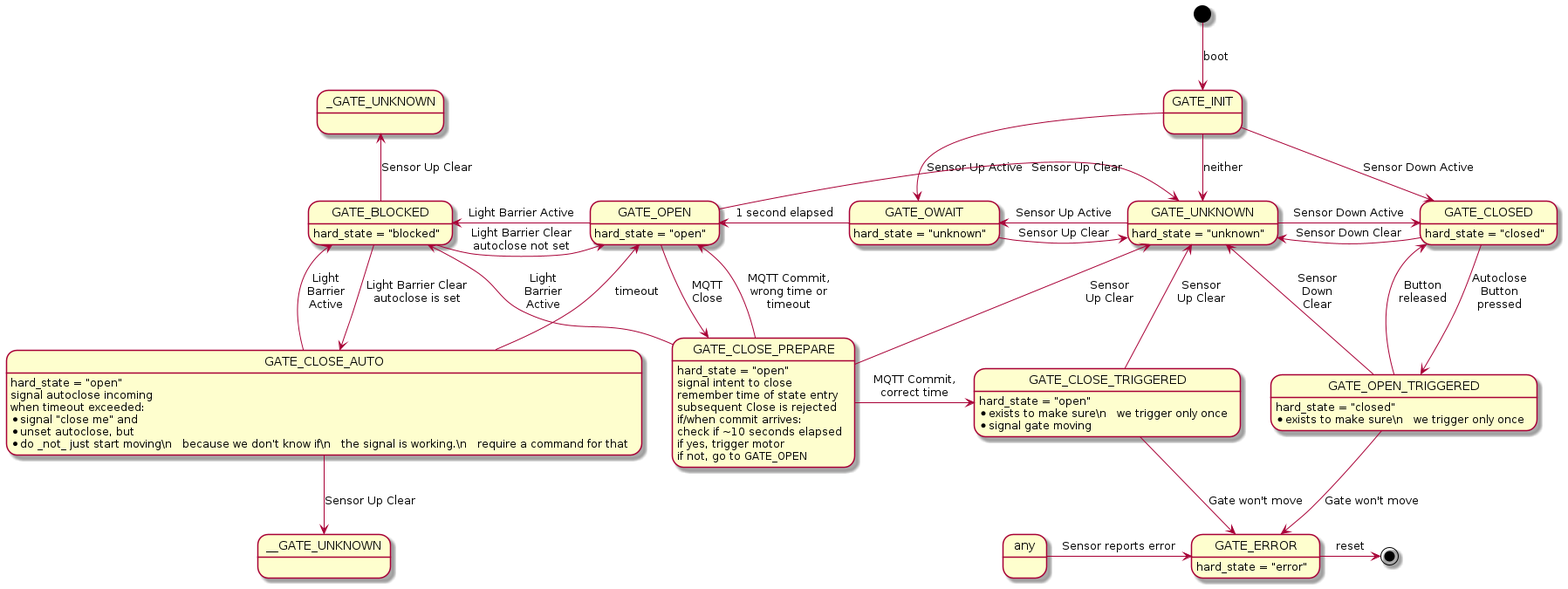
This is docs/statemachine.png from Svedrin/gatecontrol, a PlantUML export, as it was before one commit.
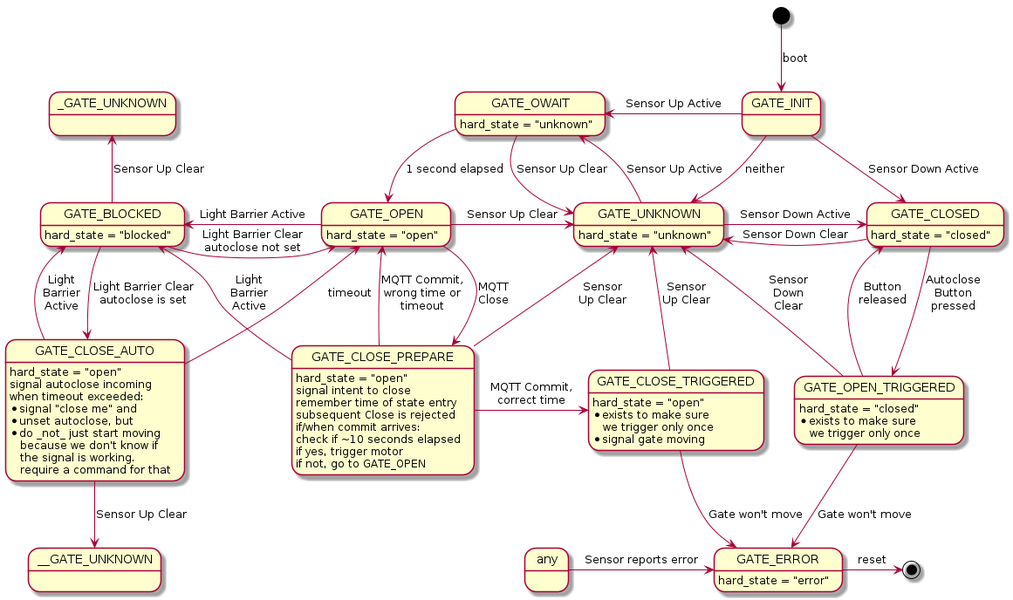
The same diagram one commit later.

Commit message:
rearrange things to get rid of arrows crossing each other

The edit, as a diff of the source:
```diff
@@ -1,9 +1,9 @@
 @startuml statemachine
 
-[*] --> GATE_INIT : boot
+[*] -down-> GATE_INIT : boot
 
 GATE_INIT    -down-> GATE_CLOSED   : Sensor Down Active
-GATE_INIT    -down-> GATE_OWAIT    : Sensor Up Active
+GATE_INIT    -left-> GATE_OWAIT    : Sensor Up Active
 GATE_INIT    -down-> GATE_UNKNOWN  : neither
 
 GATE_BLOCKED -right-> GATE_OPEN    : Light Barrier Clear\nautoclose not set
@@ -16,7 +16,7 @@
 GATE_OPEN    -right-> GATE_UNKNOWN : Sensor Up Clear
 GATE_UNKNOWN -left->  GATE_OWAIT   : Sensor Up Active
 
-GATE_OWAIT   -left->  GATE_OPEN    : 1 second elapsed
+GATE_OWAIT   -down->  GATE_OPEN    : 1 second elapsed
 GATE_OWAIT   -right-> GATE_UNKNOWN : Sensor Up Clear
 
 GATE_OPEN:    hard_state = "open"
```
